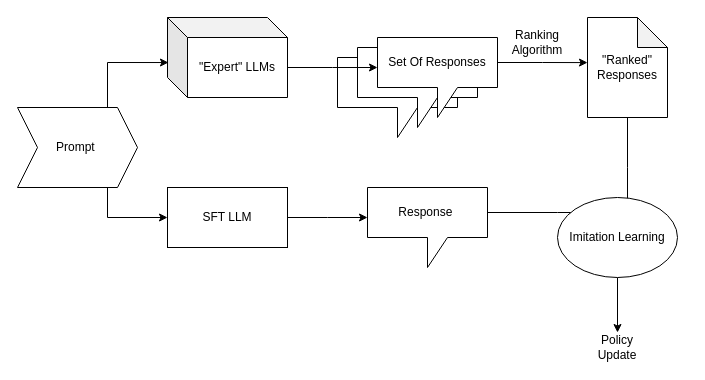
The draw.io diagram Untitled Diagram.drawio in HridayM25/ASGL-SNN, before the edit. Source tidied: cells renumbered, new cells numbered last; positions are measured from the earlier drawing's top-left corner, leaving out a move shared by most shapes. Both pictures are drawn from the tidied source at 100%, with x=0, y=0 at pixel (17, 17).
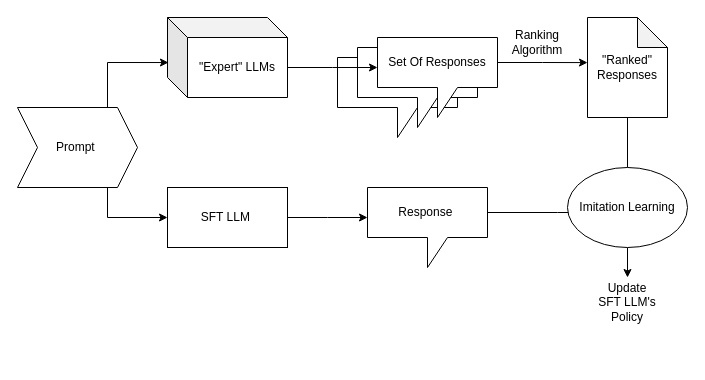
The same page after the edit.

Commit message:
Update Untitled SURF Diagram

The edit, as a diff of the source:
```diff
@@
-    <mxCell id="4" value="SFT LLM" style="rounded=0;whiteSpace=wrap;html=1;" parent="1" vertex="1">
+    <mxCell id="4" value="SFT LLM&amp;nbsp;" style="rounded=0;whiteSpace=wrap;html=1;" parent="1" vertex="1">
       <mxGeometry x="150" y="170" width="120" height="60" as="geometry" />
     </mxCell>
@@
-    <mxCell id="18" style="edgeStyle=orthogonalEdgeStyle;rounded=0;jettySize=auto;html=1;exitX=0.5;exitY=1;exitDx=0;exitDy=0;" parent="1" edge="1" source="19" target="20">
-      <mxGeometry relative="1" as="geometry" />
+    <mxCell id="18" style="edgeStyle=orthogonalEdgeStyle;rounded=0;jettySize=auto;html=1;exitX=0.5;exitY=1;exitDx=0;exitDy=0;" parent="1" edge="1" source="19">
+      <mxGeometry relative="1" as="geometry">
+        <mxPoint x="610" y="260" as="targetPoint" />
+      </mxGeometry>
     </mxCell>
     <mxCell id="19" value="Imitation Learning" style="ellipse;whiteSpace=wrap;html=1;" parent="1" vertex="1">
-      <mxGeometry x="540" y="180" width="120" height="80" as="geometry" />
+      <mxGeometry x="550" y="150" width="120" height="80" as="geometry" />
     </mxCell>
-    <mxCell id="20" value="Policy Update" style="text;html=1;strokeColor=none;fillColor=none;align=center;verticalAlign=middle;whiteSpace=wrap;rounded=0;" parent="1" vertex="1">
-      <mxGeometry x="570" y="315" width="60" height="30" as="geometry" />
-    </mxCell>
+    <mxCell id="21" value="Update SFT LLM's Policy" style="text;html=1;align=center;verticalAlign=middle;whiteSpace=wrap;rounded=0;" parent="1" vertex="1">
+      <mxGeometry x="580" y="270" width="60" height="30" as="geometry" />
+    </mxCell>
```
